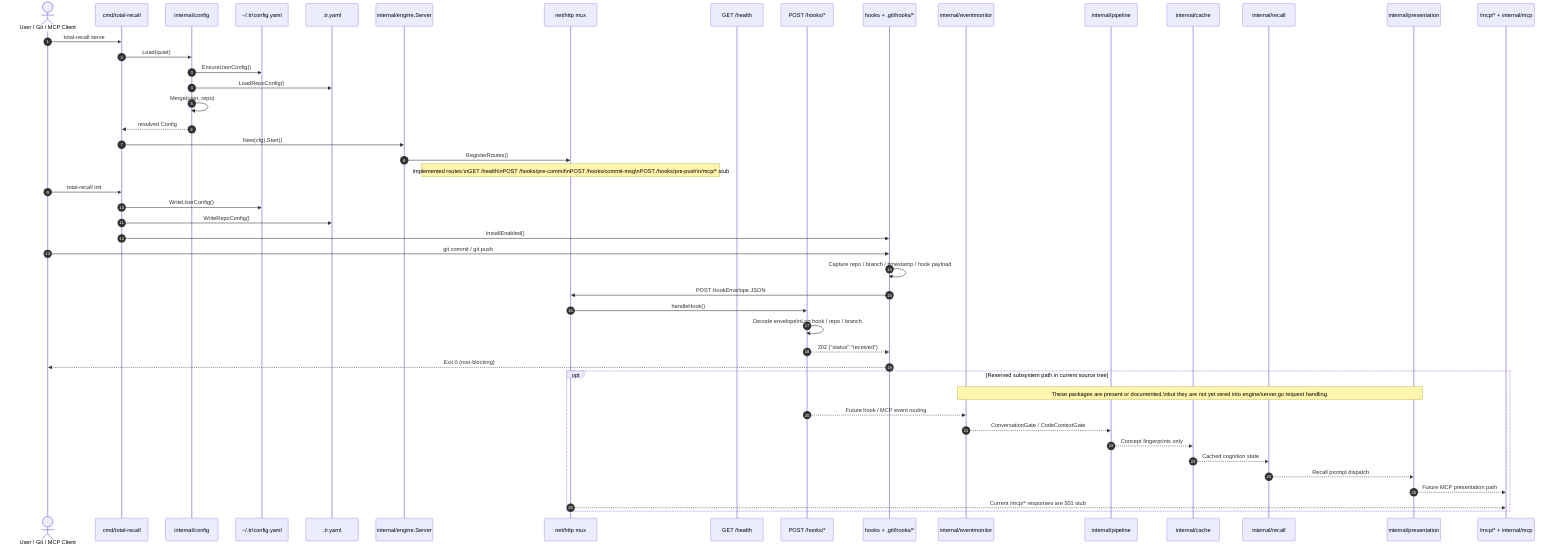
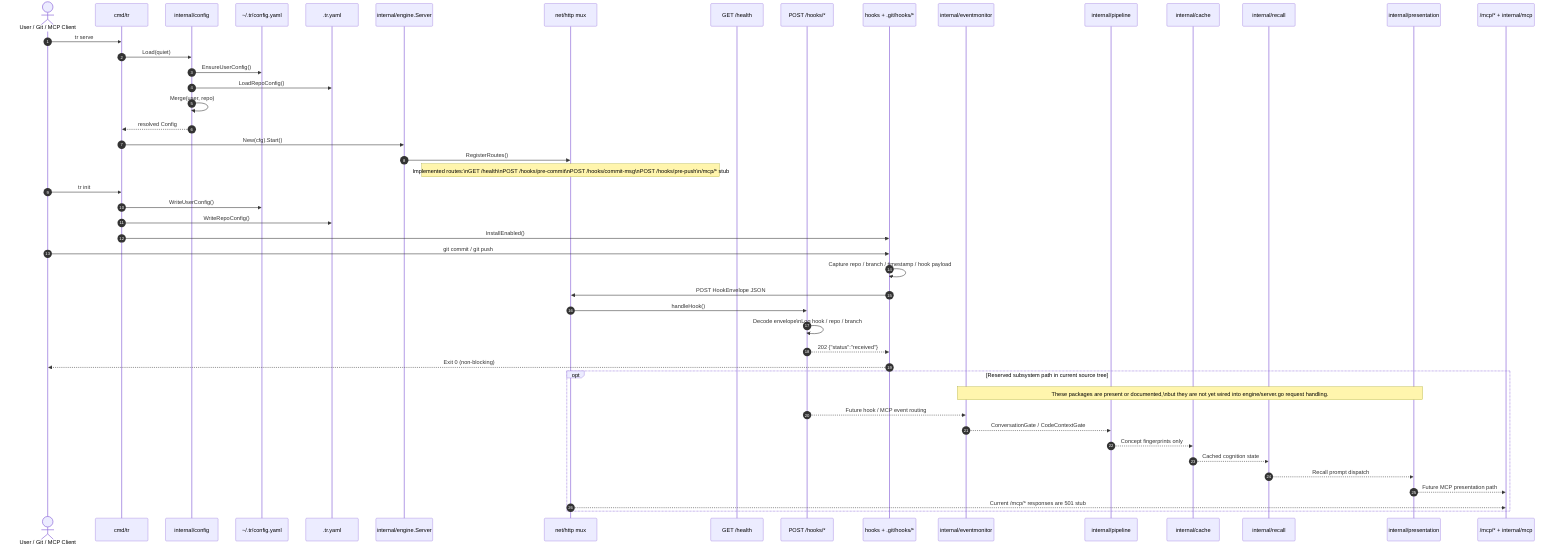
sequenceDiagram
    autonumber
    actor User as User / Git / MCP Client
-     participant CLI as cmd/total-recall
+     participant CLI as cmd/tr
    participant Cfg as internal/config
    participant UserCfg as ~/.tr/config.yaml
    participant RepoCfg as .tr.yaml
    participant Engine as internal/engine.Server
    participant HTTP as net/http mux
    participant Health as GET /health
    participant HookAPI as POST /hooks/*
    participant HookScripts as hooks + .git/hooks/*
    participant Gate as internal/eventmonitor
    participant Pipeline as internal/pipeline
    participant Cache as internal/cache
    participant Recall as internal/recall
    participant Present as internal/presentation
    participant MCP as /mcp/* + internal/mcp

-     User->>CLI: total-recall serve
+     User->>CLI: tr serve
    CLI->>Cfg: Load(quiet)
    Cfg->>UserCfg: EnsureUserConfig()
    Cfg->>RepoCfg: LoadRepoConfig()
    Cfg->>Cfg: Merge(user, repo)
    Cfg-->>CLI: resolved Config
    CLI->>Engine: New(cfg).Start()
    Engine->>HTTP: RegisterRoutes()
    Note over HTTP: Implemented routes:\nGET /health\nPOST /hooks/pre-commit\nPOST /hooks/commit-msg\nPOST /hooks/pre-push\n/mcp/* stub

-     User->>CLI: total-recall init
+     User->>CLI: tr init
    CLI->>UserCfg: WriteUserConfig()
    CLI->>RepoCfg: WriteRepoConfig()
    CLI->>HookScripts: InstallEnabled()

    User->>HookScripts: git commit / git push
    HookScripts->>HookScripts: Capture repo / branch / timestamp / hook payload
    HookScripts->>HTTP: POST HookEnvelope JSON
    HTTP->>HookAPI: handleHook()
    HookAPI->>HookAPI: Decode envelope\nLog hook / repo / branch
    HookAPI-->>HookScripts: 202 {"status":"received"}
    HookScripts-->>User: Exit 0 (non-blocking)

    opt Reserved subsystem path in current source tree
        Note over Gate,Present: These packages are present or documented,\nbut they are not yet wired into engine/server.go request handling.
        HookAPI-->>Gate: Future hook / MCP event routing
        Gate-->>Pipeline: ConversationGate / CodeContextGate
        Pipeline-->>Cache: Concept fingerprints only
        Cache-->>Recall: Cached cognition state
        Recall-->>Present: Recall prompt dispatch
        Present-->>MCP: Future MCP presentation path
        HTTP-->>MCP: Current /mcp/* responses are 501 stub
    end
